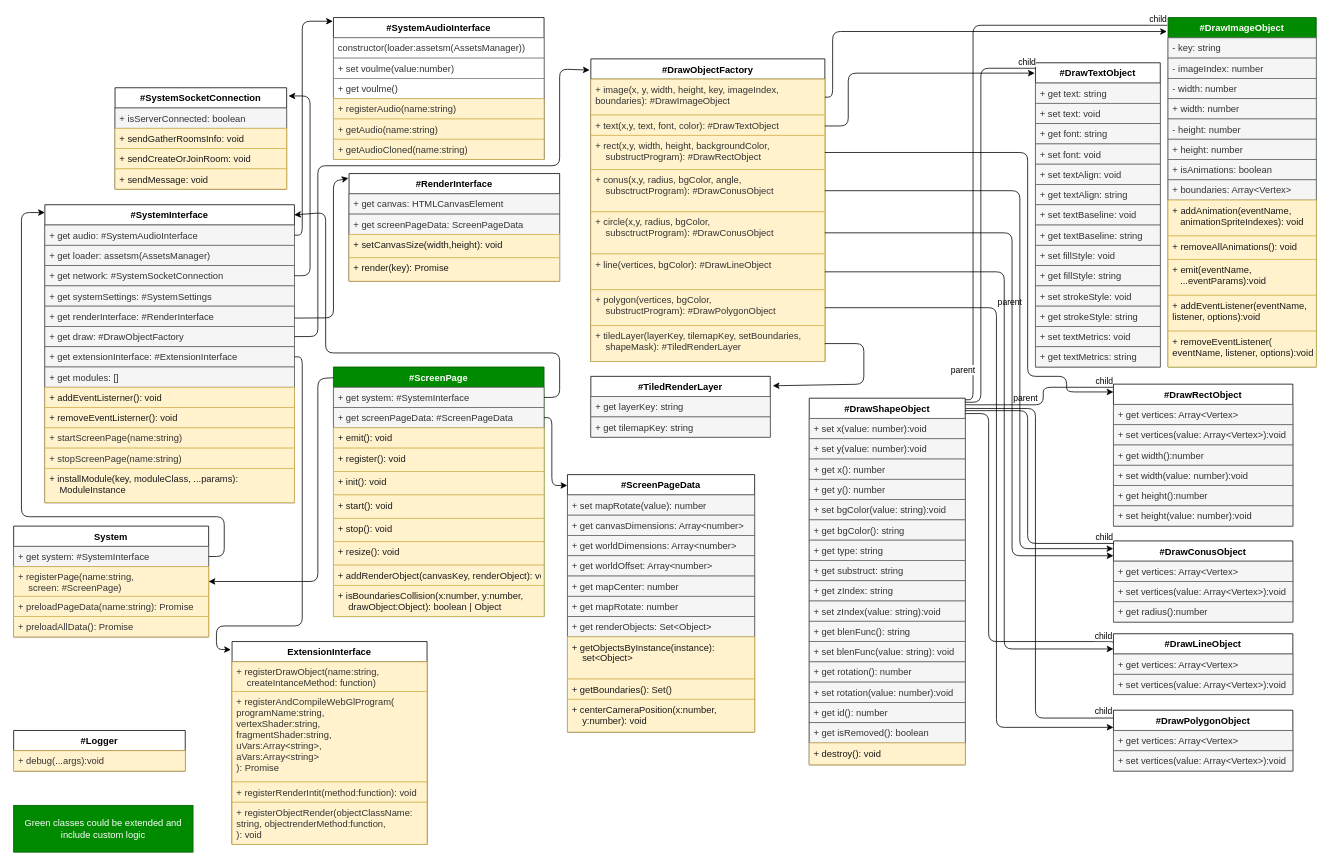
The draw.io diagram schemes/system.dio in ALapinskas/jsge, before the edit. Source tidied: cells renumbered, new cells numbered last; positions are measured from the earlier drawing's top-left corner, leaving out a move shared by most shapes. Both pictures are drawn from the tidied source at 78%, with x=0, y=0 at pixel (13, 17).
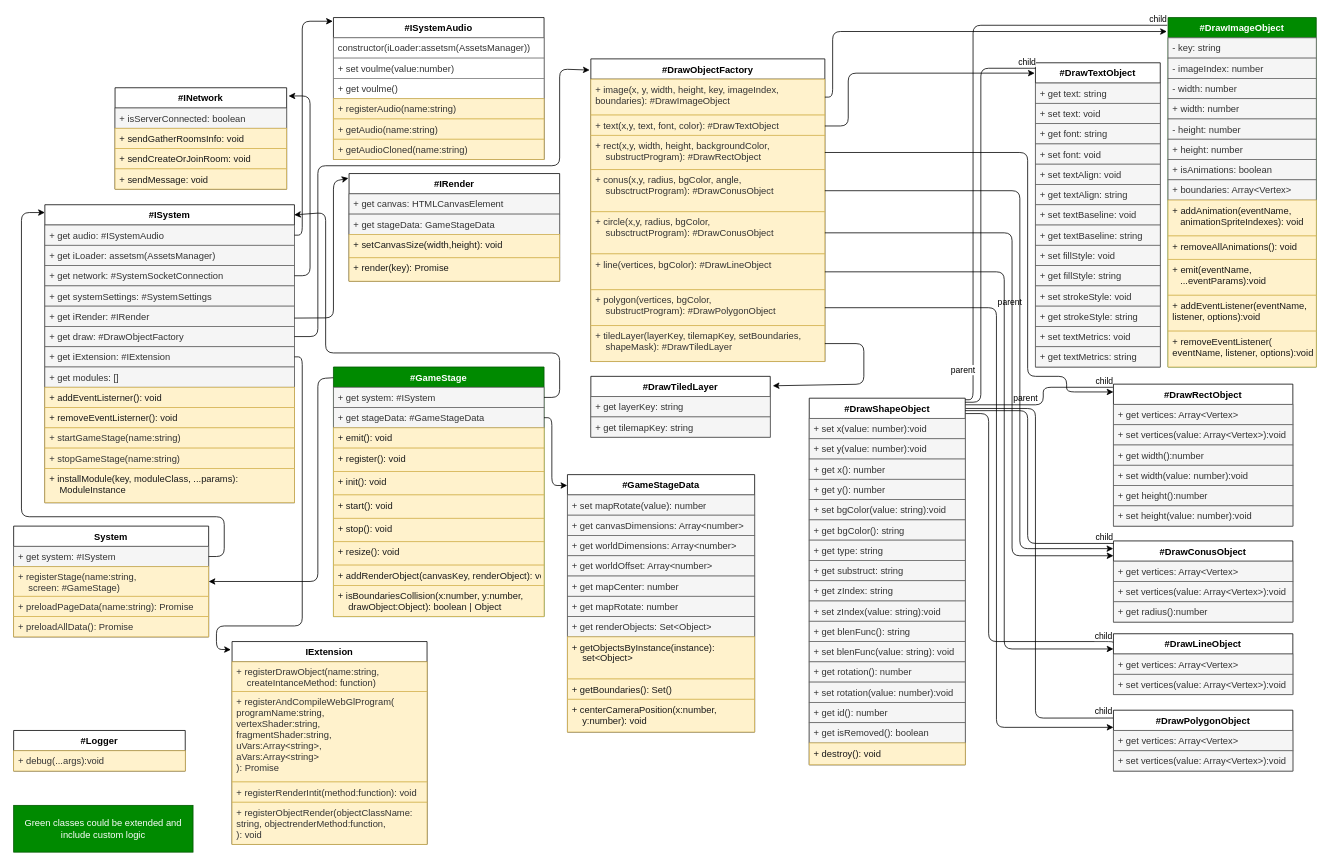
The same page after the edit.

The change refers to these unchanged cells:
```xml
<mxCell id="14" value="System" style="swimlane;fontStyle=1;align=center;verticalAlign=top;horizontal=1;startSize=26;" parent="1" vertex="1">
  <mxGeometry y="652" width="250" height="142" as="geometry" />
</mxCell>
<mxCell id="112" value="#DrawObjectFactory" style="swimlane;fontStyle=1;align=center;verticalAlign=top;horizontal=1;startSize=26;" parent="1" vertex="1">
  <mxGeometry x="740" y="53" width="300" height="388" as="geometry" />
</mxCell>
```

Diff of the diagram source:
```diff
@@
-    <mxCell id="3" value="#ScreenPageData&#10;&#10;" style="swimlane;fontStyle=1;align=center;verticalAlign=top;horizontal=1;startSize=26;" parent="1" vertex="1">
+    <mxCell id="3" value="#GameStageData&#10;&#10;" style="swimlane;fontStyle=1;align=center;verticalAlign=top;horizontal=1;startSize=26;" parent="1" vertex="1">
       <mxGeometry x="710" y="586" width="240" height="330" as="geometry" />
     </mxCell>
@@
-    <mxCell id="15" value="+ get system: #SystemInterface" style="text;strokeColor=#666666;fillColor=#f5f5f5;align=left;verticalAlign=top;spacingLeft=4;spacingRight=4;overflow=hidden;points=[[0,0.5],[1,0.5]];portConstraint=eastwest;fontColor=#333333;" parent="14" vertex="1">
+    <mxCell id="15" value="+ get system: #ISystem" style="text;strokeColor=#666666;fillColor=#f5f5f5;align=left;verticalAlign=top;spacingLeft=4;spacingRight=4;overflow=hidden;points=[[0,0.5],[1,0.5]];portConstraint=eastwest;fontColor=#333333;" parent="14" vertex="1">
       <mxGeometry y="26" width="250" height="26" as="geometry" />
     </mxCell>
-    <mxCell id="16" value="+ registerPage(name:string, &#10;    screen: #ScreenPage)" style="text;strokeColor=#d6b656;fillColor=#fff2cc;align=left;verticalAlign=top;spacingLeft=4;spacingRight=4;overflow=hidden;fontColor=#333333;" parent="14" vertex="1">
+    <mxCell id="16" value="+ registerStage(name:string, &#10;    screen: #GameStage)" style="text;strokeColor=#d6b656;fillColor=#fff2cc;align=left;verticalAlign=top;spacingLeft=4;spacingRight=4;overflow=hidden;fontColor=#333333;" parent="14" vertex="1">
       <mxGeometry y="52" width="250" height="38" as="geometry" />
     </mxCell>
@@
-    <mxCell id="19" value="#SystemInterface" style="swimlane;fontStyle=1;align=center;verticalAlign=top;horizontal=1;startSize=26;" parent="1" vertex="1">
+    <mxCell id="19" value="#ISystem" style="swimlane;fontStyle=1;align=center;verticalAlign=top;horizontal=1;startSize=26;" parent="1" vertex="1">
       <mxGeometry x="40" y="240" width="320" height="382" as="geometry" />
     </mxCell>
-    <mxCell id="20" value="+ get audio: #SystemAudioInterface" style="text;strokeColor=#666666;fillColor=#f5f5f5;align=left;verticalAlign=top;spacingLeft=4;spacingRight=4;overflow=hidden;points=[[0,0.5],[1,0.5]];portConstraint=eastwest;fontColor=#333333;" parent="19" vertex="1">
+    <mxCell id="20" value="+ get audio: #ISystemAudio" style="text;strokeColor=#666666;fillColor=#f5f5f5;align=left;verticalAlign=top;spacingLeft=4;spacingRight=4;overflow=hidden;points=[[0,0.5],[1,0.5]];portConstraint=eastwest;fontColor=#333333;" parent="19" vertex="1">
       <mxGeometry y="26" width="320" height="26" as="geometry" />
     </mxCell>
-    <mxCell id="21" value="+ get loader: assetsm(AssetsManager)" style="text;strokeColor=#666666;fillColor=#f5f5f5;align=left;verticalAlign=top;spacingLeft=4;spacingRight=4;overflow=hidden;fontColor=#333333;" parent="19" vertex="1">
+    <mxCell id="21" value="+ get iLoader: assetsm(AssetsManager)" style="text;strokeColor=#666666;fillColor=#f5f5f5;align=left;verticalAlign=top;spacingLeft=4;spacingRight=4;overflow=hidden;fontColor=#333333;" parent="19" vertex="1">
       <mxGeometry y="52" width="320" height="26" as="geometry" />
     </mxCell>
@@
-    <mxCell id="24" value="+ get renderInterface: #RenderInterface" style="text;strokeColor=#666666;fillColor=#f5f5f5;align=left;verticalAlign=top;spacingLeft=4;spacingRight=4;overflow=hidden;points=[[0,0.5],[1,0.5]];portConstraint=eastwest;fontColor=#333333;" parent="19" vertex="1">
+    <mxCell id="24" value="+ get iRender: #IRender" style="text;strokeColor=#666666;fillColor=#f5f5f5;align=left;verticalAlign=top;spacingLeft=4;spacingRight=4;overflow=hidden;points=[[0,0.5],[1,0.5]];portConstraint=eastwest;fontColor=#333333;" parent="19" vertex="1">
       <mxGeometry y="130" width="320" height="26" as="geometry" />
     </mxCell>
@@
-    <mxCell id="26" value="+ get extensionInterface: #ExtensionInterface" style="text;strokeColor=#666666;fillColor=#f5f5f5;align=left;verticalAlign=top;spacingLeft=4;spacingRight=4;overflow=hidden;points=[[0,0.5],[1,0.5]];portConstraint=eastwest;fontColor=#333333;" parent="19" vertex="1">
+    <mxCell id="26" value="+ get iExtension: #IExtension" style="text;strokeColor=#666666;fillColor=#f5f5f5;align=left;verticalAlign=top;spacingLeft=4;spacingRight=4;overflow=hidden;points=[[0,0.5],[1,0.5]];portConstraint=eastwest;fontColor=#333333;" parent="19" vertex="1">
       <mxGeometry y="182" width="320" height="26" as="geometry" />
     </mxCell>
@@
-    <mxCell id="30" value="+ startScreenPage(name:string)" style="text;strokeColor=#d6b656;fillColor=#fff2cc;align=left;verticalAlign=top;spacingLeft=4;spacingRight=4;overflow=hidden;fontColor=#333333;" parent="19" vertex="1">
+    <mxCell id="30" value="+ startGameStage(name:string)" style="text;strokeColor=#d6b656;fillColor=#fff2cc;align=left;verticalAlign=top;spacingLeft=4;spacingRight=4;overflow=hidden;fontColor=#333333;" parent="19" vertex="1">
       <mxGeometry y="286" width="320" height="26" as="geometry" />
     </mxCell>
-    <mxCell id="31" value="+ stopScreenPage(name:string)" style="text;strokeColor=#d6b656;fillColor=#fff2cc;align=left;verticalAlign=top;spacingLeft=4;spacingRight=4;overflow=hidden;fontColor=#333333;" parent="19" vertex="1">
+    <mxCell id="31" value="+ stopGameStage(name:string)" style="text;strokeColor=#d6b656;fillColor=#fff2cc;align=left;verticalAlign=top;spacingLeft=4;spacingRight=4;overflow=hidden;fontColor=#333333;" parent="19" vertex="1">
       <mxGeometry y="312" width="320" height="26" as="geometry" />
     </mxCell>
@@
-    <mxCell id="33" value="#ScreenPage&#10;&#10;" style="swimlane;fontStyle=1;align=center;verticalAlign=top;horizontal=1;startSize=26;fillColor=#008a00;fontColor=#ffffff;strokeColor=#005700;" parent="1" vertex="1">
+    <mxCell id="33" value="#GameStage&#10;&#10;" style="swimlane;fontStyle=1;align=center;verticalAlign=top;horizontal=1;startSize=26;fillColor=#008a00;fontColor=#ffffff;strokeColor=#005700;" parent="1" vertex="1">
       <mxGeometry x="410" y="448" width="270" height="320" as="geometry" />
     </mxCell>
-    <mxCell id="34" value="+ get system: #SystemInterface" style="text;strokeColor=#666666;fillColor=#f5f5f5;align=left;verticalAlign=top;spacingLeft=4;spacingRight=4;overflow=hidden;points=[[0,0.5],[1,0.5]];portConstraint=eastwest;fontColor=#333333;" parent="33" vertex="1">
+    <mxCell id="34" value="+ get system: #ISystem" style="text;strokeColor=#666666;fillColor=#f5f5f5;align=left;verticalAlign=top;spacingLeft=4;spacingRight=4;overflow=hidden;points=[[0,0.5],[1,0.5]];portConstraint=eastwest;fontColor=#333333;" parent="33" vertex="1">
       <mxGeometry y="26" width="270" height="26" as="geometry" />
     </mxCell>
-    <mxCell id="35" value="+ get screenPageData: #ScreenPageData" style="text;strokeColor=#666666;fillColor=#f5f5f5;align=left;verticalAlign=top;spacingLeft=4;spacingRight=4;overflow=hidden;points=[[0,0.5],[1,0.5]];portConstraint=eastwest;fontColor=#333333;" parent="33" vertex="1">
+    <mxCell id="35" value="+ get stageData: #GameStageData" style="text;strokeColor=#666666;fillColor=#f5f5f5;align=left;verticalAlign=top;spacingLeft=4;spacingRight=4;overflow=hidden;points=[[0,0.5],[1,0.5]];portConstraint=eastwest;fontColor=#333333;" parent="33" vertex="1">
       <mxGeometry y="52" width="270" height="26" as="geometry" />
     </mxCell>
@@
-    <mxCell id="98" value="#SystemSocketConnection" style="swimlane;fontStyle=1;align=center;verticalAlign=top;horizontal=1;startSize=26;" parent="1" vertex="1">
+    <mxCell id="98" value="#INetwork" style="swimlane;fontStyle=1;align=center;verticalAlign=top;horizontal=1;startSize=26;" parent="1" vertex="1">
       <mxGeometry x="130" y="90" width="220" height="130" as="geometry" />
     </mxCell>
@@
-    <mxCell id="103" value="#SystemAudioInterface" style="swimlane;fontStyle=1;align=center;verticalAlign=top;horizontal=1;startSize=26;" parent="1" vertex="1">
+    <mxCell id="103" value="#ISystemAudio" style="swimlane;fontStyle=1;align=center;verticalAlign=top;horizontal=1;startSize=26;" parent="1" vertex="1">
       <mxGeometry x="410" width="270" height="182" as="geometry" />
     </mxCell>
-    <mxCell id="104" value="constructor(loader:assetsm(AssetsManager))" style="text;strokeColor=#808080;fillColor=#FFFFFF;align=left;verticalAlign=top;spacingLeft=4;spacingRight=4;overflow=hidden;fontColor=#333333;" parent="103" vertex="1">
+    <mxCell id="104" value="constructor(iLoader:assetsm(AssetsManager))" style="text;strokeColor=#808080;fillColor=#FFFFFF;align=left;verticalAlign=top;spacingLeft=4;spacingRight=4;overflow=hidden;fontColor=#333333;" parent="103" vertex="1">
       <mxGeometry y="26" width="270" height="26" as="geometry" />
     </mxCell>
@@
-    <mxCell id="120" value="+ tiledLayer(layerKey, tilemapKey, setBoundaries, &#10;    shapeMask): #TiledRenderLayer" style="text;strokeColor=#d6b656;fillColor=#fff2cc;align=left;verticalAlign=top;spacingLeft=4;spacingRight=4;overflow=hidden;points=[[0,0.5],[1,0.5]];portConstraint=eastwest;fontColor=#333333;" parent="112" vertex="1">
+    <mxCell id="120" value="+ tiledLayer(layerKey, tilemapKey, setBoundaries, &#10;    shapeMask): #DrawTiledLayer" style="text;strokeColor=#d6b656;fillColor=#fff2cc;align=left;verticalAlign=top;spacingLeft=4;spacingRight=4;overflow=hidden;points=[[0,0.5],[1,0.5]];portConstraint=eastwest;fontColor=#333333;" parent="112" vertex="1">
       <mxGeometry y="342" width="300" height="46" as="geometry" />
     </mxCell>
@@
-    <mxCell id="159" value="#RenderInterface" style="swimlane;fontStyle=1;align=center;verticalAlign=top;horizontal=1;startSize=26;" parent="1" vertex="1">
+    <mxCell id="159" value="#IRender" style="swimlane;fontStyle=1;align=center;verticalAlign=top;horizontal=1;startSize=26;" parent="1" vertex="1">
       <mxGeometry x="430" y="200" width="270" height="138" as="geometry" />
     </mxCell>
@@
-    <mxCell id="161" value="+ get screenPageData: ScreenPageData" style="text;strokeColor=#666666;fillColor=#f5f5f5;align=left;verticalAlign=top;spacingLeft=4;spacingRight=4;overflow=hidden;fontColor=#333333;" parent="159" vertex="1">
+    <mxCell id="161" value="+ get stageData: GameStageData" style="text;strokeColor=#666666;fillColor=#f5f5f5;align=left;verticalAlign=top;spacingLeft=4;spacingRight=4;overflow=hidden;fontColor=#333333;" parent="159" vertex="1">
       <mxGeometry y="52" width="270" height="26" as="geometry" />
     </mxCell>
@@
-    <mxCell id="167" value="ExtensionInterface" style="swimlane;fontStyle=1;align=center;verticalAlign=top;horizontal=1;startSize=26;" parent="1" vertex="1">
+    <mxCell id="167" value="IExtension" style="swimlane;fontStyle=1;align=center;verticalAlign=top;horizontal=1;startSize=26;" parent="1" vertex="1">
       <mxGeometry x="280" y="800" width="250" height="260" as="geometry" />
     </mxCell>
@@
-    <mxCell id="173" value="#TiledRenderLayer" style="swimlane;fontStyle=1;align=center;verticalAlign=top;horizontal=1;startSize=26;" parent="1" vertex="1">
+    <mxCell id="173" value="#DrawTiledLayer" style="swimlane;fontStyle=1;align=center;verticalAlign=top;horizontal=1;startSize=26;" parent="1" vertex="1">
       <mxGeometry x="740" y="460" width="230" height="78" as="geometry" />
     </mxCell>
```
